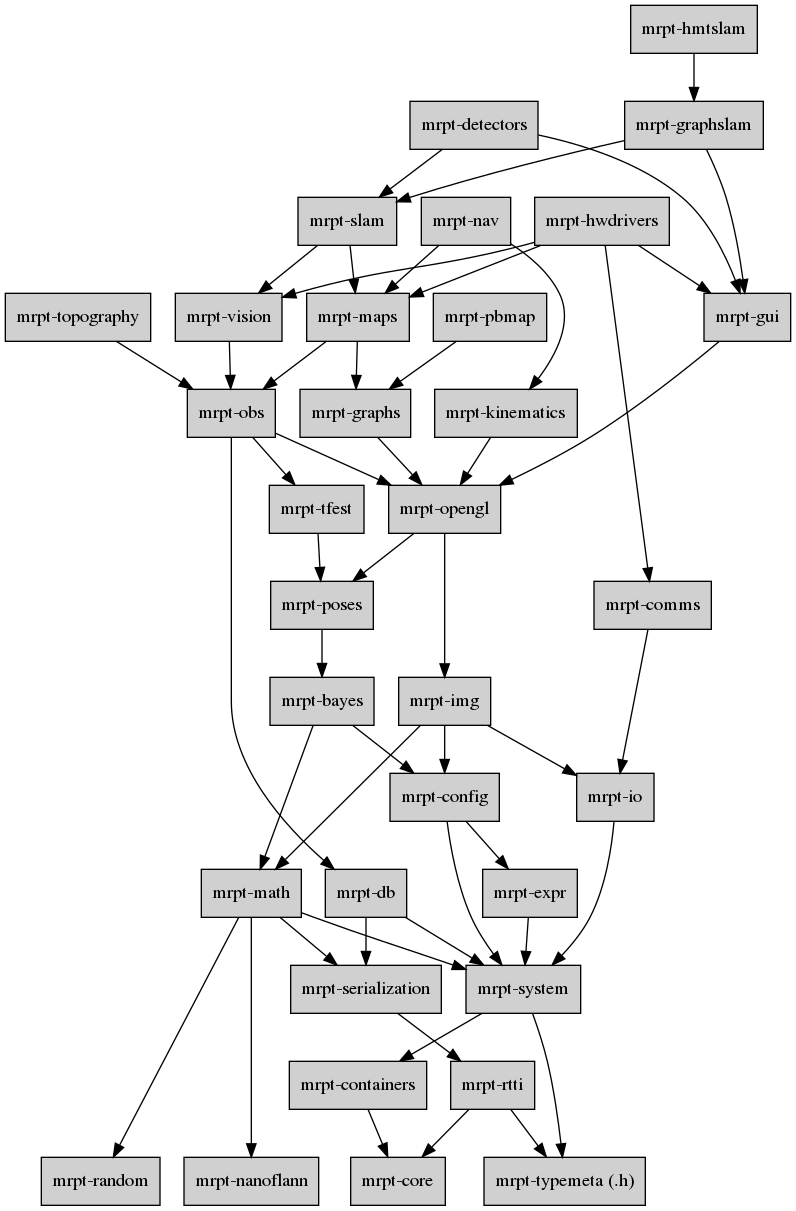
Above: doc/design_of_images/graph_mrpt_libs.png in MRPT/mrpt (Graphviz), before the change. Its source is kept beside it as doc/design_of_images/graph_mrpt_libs.dot.
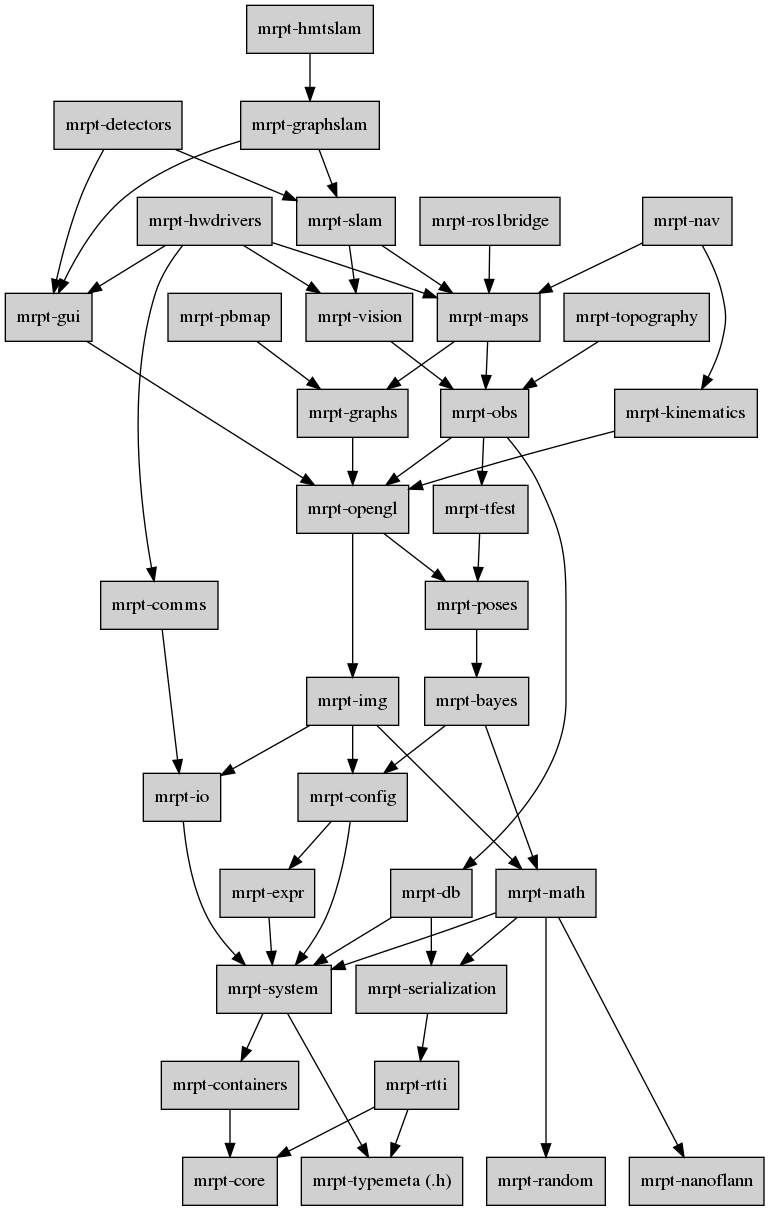
Above is the later version.

Diff of the diagram source:
```diff
@@ -102,6 +102,9 @@
 	rtti -> core;
 	rtti -> typemeta;
 
+	ros1bridge   [label="mrpt-ros1bridge", URL="group__mrpt__ros1bridge__grp.html"];
+	ros1bridge -> maps;
+
 	serialization [label="mrpt-serialization",URL="group__mrpt__serialization__grp.html"];
 	serialization -> rtti;
 
```
